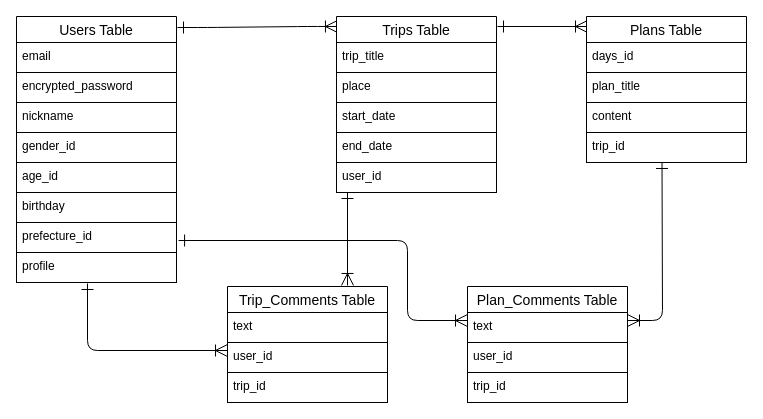
The draw.io diagram ER.dio in toritori3165/tabipedia, before the edit. Source tidied: cells renumbered, new cells numbered last; positions are measured from the earlier drawing's top-left corner, leaving out a move shared by most shapes. Both pictures are drawn from the tidied source at 100%, with x=0, y=0 at pixel (16, 16).
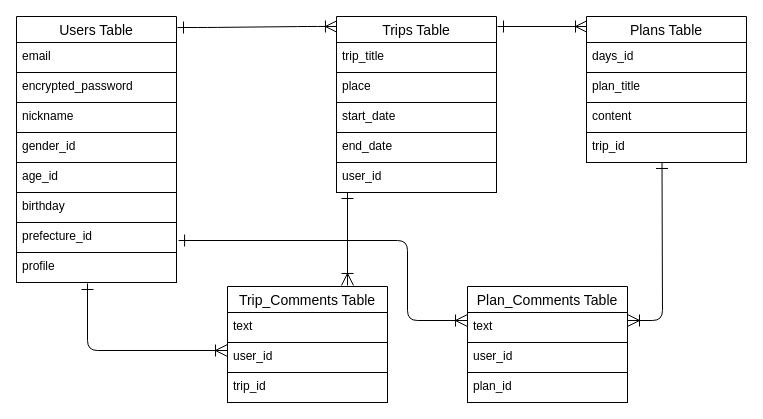
Above is the later version.

Unchanged cells that the change refers to:
```xml
<mxCell id="31" value="Plan_Comments Table" style="swimlane;fontStyle=0;horizontal=1;startSize=26;align=center;fontSize=14;strokeColor=default;" parent="1" vertex="1">
  <mxGeometry x="451" y="270" width="160" height="116" as="geometry" />
</mxCell>
```

Change to the diagram source:
```diff
@@
-    <mxCell id="34" value="trip_id" style="text;strokeColor=default;fillColor=none;spacingLeft=4;spacingRight=4;overflow=hidden;fontSize=12;" parent="31" vertex="1">
+    <mxCell id="34" value="plan_id" style="text;strokeColor=default;fillColor=none;spacingLeft=4;spacingRight=4;overflow=hidden;fontSize=12;" parent="31" vertex="1">
       <mxGeometry y="86" width="160" height="30" as="geometry" />
     </mxCell>
```
